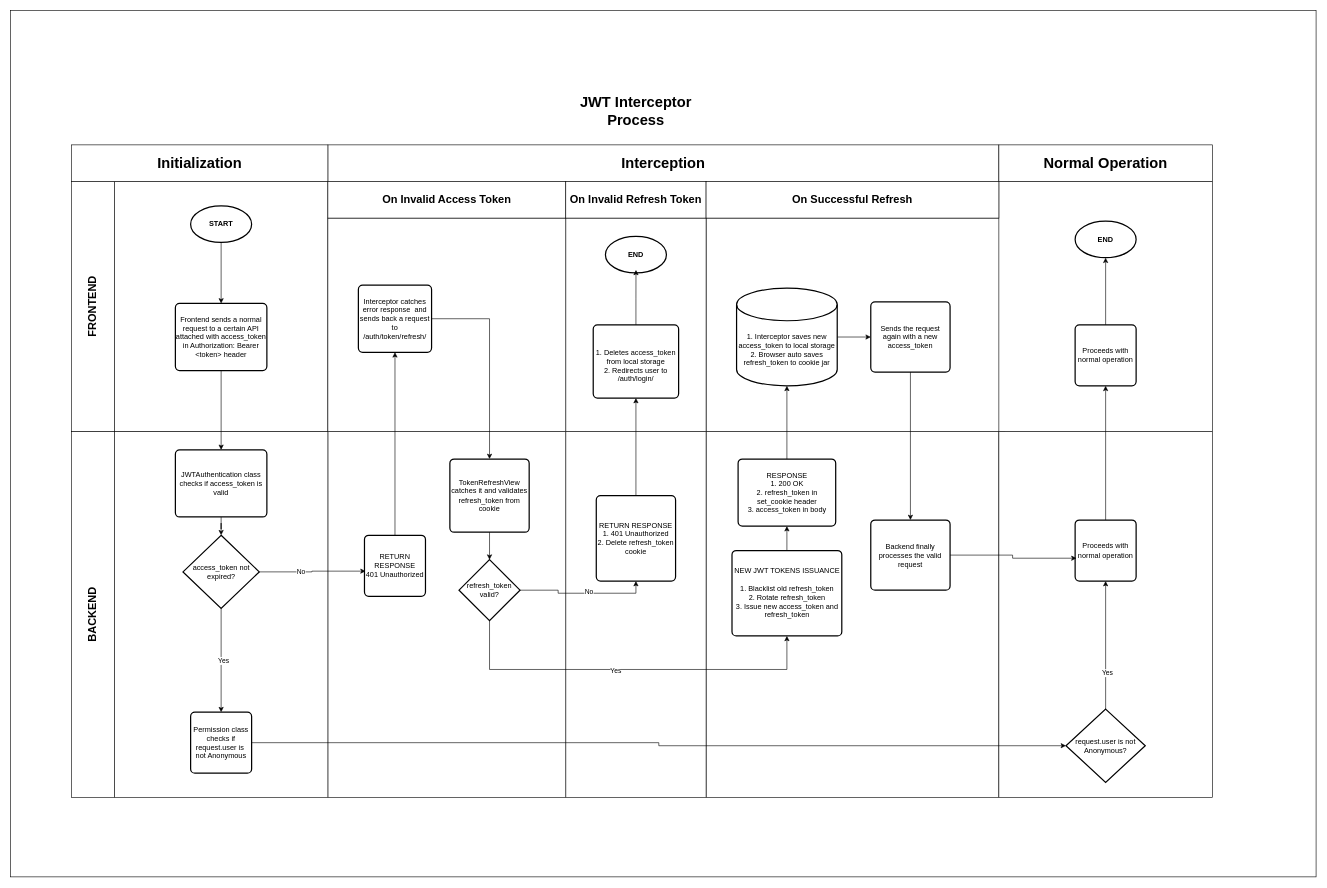
RHILIUS/drawio keeps this draw.io diagram as page "auth_jwt-interceptor-process" (4 of 4) of E-Commerce API Business Process.drawio. Above is the earlier version. Source tidied: cells renumbered, new cells numbered last; positions are measured from the earlier drawing's top-left corner, leaving out a move shared by most shapes. Both pictures are drawn from the tidied source at 61%, with x=0, y=0 at pixel (10, 10).
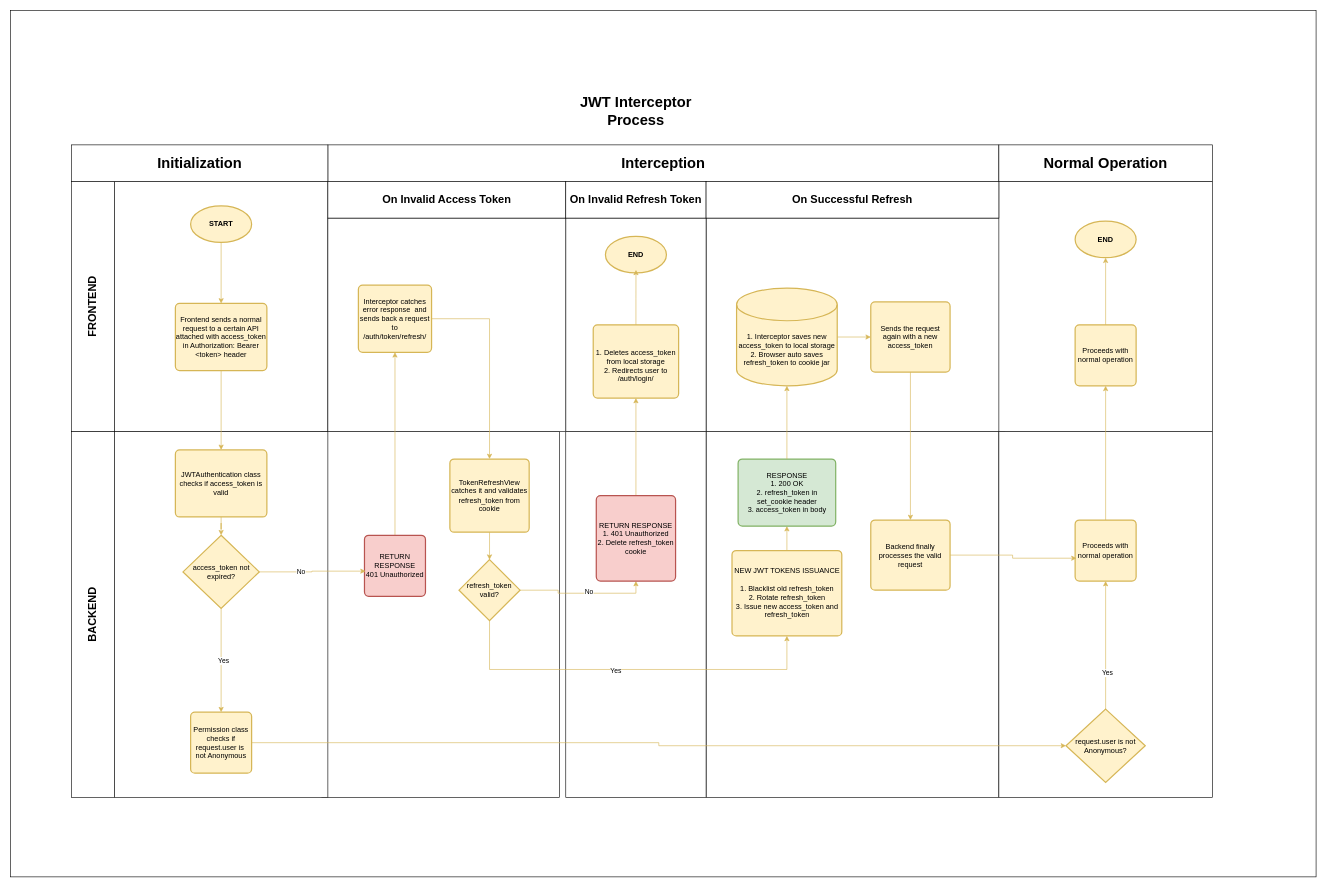
The same page after the edit.

Diff of the diagram source:
```diff
@@
     <mxCell id="9" style="rounded=0;whiteSpace=wrap;html=1;" parent="1" vertex="1">
-      <mxGeometry x="520" y="690" width="390" height="600" as="geometry" />
+      <mxGeometry x="510" y="690" width="390" height="600" as="geometry" />
     </mxCell>
@@
-    <mxCell id="15" style="edgeStyle=orthogonalEdgeStyle;rounded=0;jettySize=auto;html=1;entryX=0.5;entryY=0;entryDx=0;entryDy=0;" parent="1" edge="1" source="16" target="18">
+    <mxCell id="15" style="edgeStyle=orthogonalEdgeStyle;rounded=0;jettySize=auto;html=1;entryX=0.5;entryY=0;entryDx=0;entryDy=0;fillColor=#fff2cc;strokeColor=#d6b656;" parent="1" edge="1" source="16" target="18">
       <mxGeometry relative="1" as="geometry" />
     </mxCell>
-    <mxCell id="16" value="&lt;b&gt;START&lt;/b&gt;" style="strokeWidth=2;html=1;shape=mxgraph.flowchart.start_1;whiteSpace=wrap;" parent="1" vertex="1">
+    <mxCell id="16" value="&lt;b&gt;START&lt;/b&gt;" style="strokeWidth=2;html=1;shape=mxgraph.flowchart.start_1;whiteSpace=wrap;fillColor=#fff2cc;strokeColor=#d6b656;" parent="1" vertex="1">
       <mxGeometry x="295" y="320" width="100" height="60" as="geometry" />
     </mxCell>
-    <mxCell id="17" style="edgeStyle=orthogonalEdgeStyle;rounded=0;jettySize=auto;html=1;" parent="1" edge="1" source="18" target="19">
+    <mxCell id="17" style="edgeStyle=orthogonalEdgeStyle;rounded=0;jettySize=auto;html=1;fillColor=#fff2cc;strokeColor=#d6b656;" parent="1" edge="1" source="18" target="19">
       <mxGeometry relative="1" as="geometry" />
     </mxCell>
-    <mxCell id="18" value="Frontend sends a normal request to a certain API attached with access_token in Authorization: Bearer &amp;lt;token&amp;gt; header" style="rounded=1;whiteSpace=wrap;html=1;absoluteArcSize=1;arcSize=14;strokeWidth=2;" parent="1" vertex="1">
+    <mxCell id="18" value="Frontend sends a normal request to a certain API attached with access_token in Authorization: Bearer &amp;lt;token&amp;gt; header" style="rounded=1;whiteSpace=wrap;html=1;absoluteArcSize=1;arcSize=14;strokeWidth=2;fillColor=#fff2cc;strokeColor=#d6b656;" parent="1" vertex="1">
       <mxGeometry x="270" y="480" width="150" height="110" as="geometry" />
     </mxCell>
-    <mxCell id="19" value="JWTAuthentication class checks if access_token is valid" style="rounded=1;whiteSpace=wrap;html=1;absoluteArcSize=1;arcSize=14;strokeWidth=2;" parent="1" vertex="1">
+    <mxCell id="19" value="JWTAuthentication class checks if access_token is valid" style="rounded=1;whiteSpace=wrap;html=1;absoluteArcSize=1;arcSize=14;strokeWidth=2;fillColor=#fff2cc;strokeColor=#d6b656;" parent="1" vertex="1">
       <mxGeometry x="270" y="720" width="150" height="110" as="geometry" />
     </mxCell>
-    <mxCell id="20" style="edgeStyle=orthogonalEdgeStyle;rounded=0;jettySize=auto;html=1;entryX=0.5;entryY=0;entryDx=0;entryDy=0;" parent="1" edge="1" source="22" target="29">
+    <mxCell id="20" style="edgeStyle=orthogonalEdgeStyle;rounded=0;jettySize=auto;html=1;entryX=0.5;entryY=0;entryDx=0;entryDy=0;fillColor=#fff2cc;strokeColor=#d6b656;" parent="1" edge="1" source="22" target="29">
       <mxGeometry relative="1" as="geometry" />
     </mxCell>
@@
-    <mxCell id="22" value="access_token not expired?" style="strokeWidth=2;html=1;shape=mxgraph.flowchart.decision;whiteSpace=wrap;" parent="1" vertex="1">
+    <mxCell id="22" value="access_token not expired?" style="strokeWidth=2;html=1;shape=mxgraph.flowchart.decision;whiteSpace=wrap;fillColor=#fff2cc;strokeColor=#d6b656;" parent="1" vertex="1">
       <mxGeometry x="282.5" y="860" width="125" height="120" as="geometry" />
     </mxCell>
@@
-    <mxCell id="24" style="edgeStyle=orthogonalEdgeStyle;rounded=0;jettySize=auto;html=1;" parent="1" edge="1" source="25" target="27">
+    <mxCell id="24" style="edgeStyle=orthogonalEdgeStyle;rounded=0;jettySize=auto;html=1;fillColor=#fff2cc;strokeColor=#d6b656;" parent="1" edge="1" source="25" target="27">
       <mxGeometry relative="1" as="geometry" />
     </mxCell>
-    <mxCell id="25" value="Proceeds with normal operation" style="rounded=1;whiteSpace=wrap;html=1;absoluteArcSize=1;arcSize=14;strokeWidth=2;" parent="1" vertex="1">
+    <mxCell id="25" value="Proceeds with normal operation" style="rounded=1;whiteSpace=wrap;html=1;absoluteArcSize=1;arcSize=14;strokeWidth=2;fillColor=#fff2cc;strokeColor=#d6b656;" parent="1" vertex="1">
       <mxGeometry x="1745" y="835" width="100" height="100" as="geometry" />
     </mxCell>
-    <mxCell id="26" value="&lt;b&gt;END&lt;/b&gt;" style="strokeWidth=2;html=1;shape=mxgraph.flowchart.start_1;whiteSpace=wrap;" parent="1" vertex="1">
+    <mxCell id="26" value="&lt;b&gt;END&lt;/b&gt;" style="strokeWidth=2;html=1;shape=mxgraph.flowchart.start_1;whiteSpace=wrap;fillColor=#fff2cc;strokeColor=#d6b656;" parent="1" vertex="1">
       <mxGeometry x="1745" y="345" width="100" height="60" as="geometry" />
     </mxCell>
-    <mxCell id="27" value="Proceeds with normal operation" style="rounded=1;whiteSpace=wrap;html=1;absoluteArcSize=1;arcSize=14;strokeWidth=2;" parent="1" vertex="1">
+    <mxCell id="27" value="Proceeds with normal operation" style="rounded=1;whiteSpace=wrap;html=1;absoluteArcSize=1;arcSize=14;strokeWidth=2;fillColor=#fff2cc;strokeColor=#d6b656;" parent="1" vertex="1">
       <mxGeometry x="1745" y="515" width="100" height="100" as="geometry" />
     </mxCell>
-    <mxCell id="28" style="edgeStyle=orthogonalEdgeStyle;rounded=0;jettySize=auto;html=1;entryX=0.5;entryY=1;entryDx=0;entryDy=0;entryPerimeter=0;" parent="1" edge="1" source="27" target="26">
+    <mxCell id="28" style="edgeStyle=orthogonalEdgeStyle;rounded=0;jettySize=auto;html=1;entryX=0.5;entryY=1;entryDx=0;entryDy=0;entryPerimeter=0;fillColor=#fff2cc;strokeColor=#d6b656;" parent="1" edge="1" source="27" target="26">
       <mxGeometry relative="1" as="geometry" />
     </mxCell>
-    <mxCell id="29" value="Permission class checks if request.user is&amp;nbsp; not Anonymous" style="rounded=1;whiteSpace=wrap;html=1;absoluteArcSize=1;arcSize=14;strokeWidth=2;" parent="1" vertex="1">
+    <mxCell id="29" value="Permission class checks if request.user is&amp;nbsp; not Anonymous" style="rounded=1;whiteSpace=wrap;html=1;absoluteArcSize=1;arcSize=14;strokeWidth=2;fillColor=#fff2cc;strokeColor=#d6b656;" parent="1" vertex="1">
       <mxGeometry x="295" y="1150" width="100" height="100" as="geometry" />
     </mxCell>
-    <mxCell id="30" style="edgeStyle=orthogonalEdgeStyle;rounded=0;jettySize=auto;html=1;entryX=0.5;entryY=0;entryDx=0;entryDy=0;entryPerimeter=0;" parent="1" edge="1" source="19" target="22">
+    <mxCell id="30" style="edgeStyle=orthogonalEdgeStyle;rounded=0;jettySize=auto;html=1;entryX=0.5;entryY=0;entryDx=0;entryDy=0;entryPerimeter=0;fillColor=#fff2cc;strokeColor=#d6b656;" parent="1" edge="1" source="19" target="22">
       <mxGeometry relative="1" as="geometry" />
     </mxCell>
-    <mxCell id="31" value="request.user is not Anonymous?" style="strokeWidth=2;html=1;shape=mxgraph.flowchart.decision;whiteSpace=wrap;" parent="1" vertex="1">
+    <mxCell id="31" value="request.user is not Anonymous?" style="strokeWidth=2;html=1;shape=mxgraph.flowchart.decision;whiteSpace=wrap;fillColor=#fff2cc;strokeColor=#d6b656;" parent="1" vertex="1">
       <mxGeometry x="1730" y="1145" width="130" height="120" as="geometry" />
     </mxCell>
-    <mxCell id="32" style="edgeStyle=orthogonalEdgeStyle;rounded=0;jettySize=auto;html=1;entryX=0;entryY=0.5;entryDx=0;entryDy=0;entryPerimeter=0;" parent="1" edge="1" source="29" target="31">
+    <mxCell id="32" style="edgeStyle=orthogonalEdgeStyle;rounded=0;jettySize=auto;html=1;entryX=0;entryY=0.5;entryDx=0;entryDy=0;entryPerimeter=0;fillColor=#fff2cc;strokeColor=#d6b656;" parent="1" edge="1" source="29" target="31">
       <mxGeometry relative="1" as="geometry" />
     </mxCell>
-    <mxCell id="33" style="edgeStyle=orthogonalEdgeStyle;rounded=0;jettySize=auto;html=1;entryX=0.5;entryY=1;entryDx=0;entryDy=0;" parent="1" edge="1" source="31" target="25">
+    <mxCell id="33" style="edgeStyle=orthogonalEdgeStyle;rounded=0;jettySize=auto;html=1;entryX=0.5;entryY=1;entryDx=0;entryDy=0;fillColor=#fff2cc;strokeColor=#d6b656;" parent="1" edge="1" source="31" target="25">
       <mxGeometry relative="1" as="geometry" />
     </mxCell>
@@
-    <mxCell id="35" style="edgeStyle=orthogonalEdgeStyle;rounded=0;jettySize=auto;html=1;entryX=0.5;entryY=1;entryDx=0;entryDy=0;" parent="1" edge="1" source="36" target="40">
+    <mxCell id="35" style="edgeStyle=orthogonalEdgeStyle;rounded=0;jettySize=auto;html=1;entryX=0.5;entryY=1;entryDx=0;entryDy=0;fillColor=#fff2cc;strokeColor=#d6b656;" parent="1" edge="1" source="36" target="40">
       <mxGeometry relative="1" as="geometry" />
     </mxCell>
-    <mxCell id="36" value="RETURN RESPONSE&lt;div&gt;401 Unauthorized&lt;/div&gt;" style="rounded=1;whiteSpace=wrap;html=1;absoluteArcSize=1;arcSize=14;strokeWidth=2;" parent="1" vertex="1">
+    <mxCell id="36" value="RETURN RESPONSE&lt;div&gt;401 Unauthorized&lt;/div&gt;" style="rounded=1;whiteSpace=wrap;html=1;absoluteArcSize=1;arcSize=14;strokeWidth=2;fillColor=#f8cecc;strokeColor=#b85450;" parent="1" vertex="1">
       <mxGeometry x="580" y="860" width="100" height="100" as="geometry" />
     </mxCell>
-    <mxCell id="37" style="edgeStyle=orthogonalEdgeStyle;rounded=0;jettySize=auto;html=1;entryX=0.018;entryY=0.588;entryDx=0;entryDy=0;entryPerimeter=0;" parent="1" edge="1" source="22" target="36">
+    <mxCell id="37" style="edgeStyle=orthogonalEdgeStyle;rounded=0;jettySize=auto;html=1;entryX=0.018;entryY=0.588;entryDx=0;entryDy=0;entryPerimeter=0;fillColor=#fff2cc;strokeColor=#d6b656;" parent="1" edge="1" source="22" target="36">
       <mxGeometry relative="1" as="geometry" />
     </mxCell>
@@
-    <mxCell id="39" style="edgeStyle=orthogonalEdgeStyle;rounded=0;jettySize=auto;html=1;entryX=0.5;entryY=0;entryDx=0;entryDy=0;" parent="1" edge="1" source="40" target="41">
+    <mxCell id="39" style="edgeStyle=orthogonalEdgeStyle;rounded=0;jettySize=auto;html=1;entryX=0.5;entryY=0;entryDx=0;entryDy=0;fillColor=#fff2cc;strokeColor=#d6b656;" parent="1" edge="1" source="40" target="41">
       <mxGeometry relative="1" as="geometry" />
     </mxCell>
-    <mxCell id="40" value="Interceptor catches error response&amp;nbsp; and sends back a request to&lt;br&gt;/auth/token/refresh/" style="rounded=1;whiteSpace=wrap;html=1;absoluteArcSize=1;arcSize=14;strokeWidth=2;" parent="1" vertex="1">
+    <mxCell id="40" value="Interceptor catches error response&amp;nbsp; and sends back a request to&lt;br&gt;/auth/token/refresh/" style="rounded=1;whiteSpace=wrap;html=1;absoluteArcSize=1;arcSize=14;strokeWidth=2;fillColor=#fff2cc;strokeColor=#d6b656;" parent="1" vertex="1">
       <mxGeometry x="570" y="450" width="120" height="110" as="geometry" />
     </mxCell>
-    <mxCell id="41" value="TokenRefreshView catches it and validates refresh_token from cookie" style="rounded=1;whiteSpace=wrap;html=1;absoluteArcSize=1;arcSize=14;strokeWidth=2;" parent="1" vertex="1">
+    <mxCell id="41" value="TokenRefreshView catches it and validates refresh_token from cookie" style="rounded=1;whiteSpace=wrap;html=1;absoluteArcSize=1;arcSize=14;strokeWidth=2;fillColor=#fff2cc;strokeColor=#d6b656;" parent="1" vertex="1">
       <mxGeometry x="720" y="735" width="130" height="120" as="geometry" />
     </mxCell>
-    <mxCell id="42" style="edgeStyle=orthogonalEdgeStyle;rounded=0;jettySize=auto;html=1;exitX=0.5;exitY=1;exitDx=0;exitDy=0;exitPerimeter=0;entryX=0.5;entryY=1;entryDx=0;entryDy=0;" parent="1" edge="1" source="44" target="58">
+    <mxCell id="42" style="edgeStyle=orthogonalEdgeStyle;rounded=0;jettySize=auto;html=1;exitX=0.5;exitY=1;exitDx=0;exitDy=0;exitPerimeter=0;entryX=0.5;entryY=1;entryDx=0;entryDy=0;fillColor=#fff2cc;strokeColor=#d6b656;" parent="1" edge="1" source="44" target="58">
       <mxGeometry relative="1" as="geometry">
         <Array as="points">
           <mxPoint x="785" y="1080" />
           <mxPoint x="1273" y="1080" />
         </Array>
       </mxGeometry>
     </mxCell>
@@
-    <mxCell id="44" value="refresh_token valid?" style="strokeWidth=2;html=1;shape=mxgraph.flowchart.decision;whiteSpace=wrap;" parent="1" vertex="1">
+    <mxCell id="44" value="refresh_token valid?" style="strokeWidth=2;html=1;shape=mxgraph.flowchart.decision;whiteSpace=wrap;fillColor=#fff2cc;strokeColor=#d6b656;" parent="1" vertex="1">
       <mxGeometry x="735" y="900" width="100" height="100" as="geometry" />
     </mxCell>
-    <mxCell id="45" style="edgeStyle=orthogonalEdgeStyle;rounded=0;jettySize=auto;html=1;entryX=0.5;entryY=0;entryDx=0;entryDy=0;entryPerimeter=0;" parent="1" edge="1" source="41" target="44">
+    <mxCell id="45" style="edgeStyle=orthogonalEdgeStyle;rounded=0;jettySize=auto;html=1;entryX=0.5;entryY=0;entryDx=0;entryDy=0;entryPerimeter=0;fillColor=#fff2cc;strokeColor=#d6b656;" parent="1" edge="1" source="41" target="44">
       <mxGeometry relative="1" as="geometry" />
     </mxCell>
@@
-    <mxCell id="47" style="edgeStyle=orthogonalEdgeStyle;rounded=0;jettySize=auto;html=1;entryX=0.5;entryY=1;entryDx=0;entryDy=0;" parent="1" edge="1" source="44" target="53">
+    <mxCell id="47" style="edgeStyle=orthogonalEdgeStyle;rounded=0;jettySize=auto;html=1;entryX=0.5;entryY=1;entryDx=0;entryDy=0;fillColor=#fff2cc;strokeColor=#d6b656;" parent="1" edge="1" source="44" target="53">
       <mxGeometry relative="1" as="geometry" />
     </mxCell>
@@
-    <mxCell id="52" style="edgeStyle=orthogonalEdgeStyle;rounded=0;jettySize=auto;html=1;entryX=0.5;entryY=1;entryDx=0;entryDy=0;" parent="1" edge="1" source="53" target="54">
+    <mxCell id="52" style="edgeStyle=orthogonalEdgeStyle;rounded=0;jettySize=auto;html=1;entryX=0.5;entryY=1;entryDx=0;entryDy=0;fillColor=#fff2cc;strokeColor=#d6b656;" parent="1" edge="1" source="53" target="54">
       <mxGeometry relative="1" as="geometry" />
     </mxCell>
-    <mxCell id="53" value="RETURN RESPONSE&lt;div&gt;1. 401 Unauthorized&lt;br&gt;2. Delete refresh_token cookie&lt;br&gt;&lt;/div&gt;" style="rounded=1;whiteSpace=wrap;html=1;absoluteArcSize=1;arcSize=14;strokeWidth=2;" parent="1" vertex="1">
+    <mxCell id="53" value="RETURN RESPONSE&lt;div&gt;1. 401 Unauthorized&lt;br&gt;2. Delete refresh_token cookie&lt;br&gt;&lt;/div&gt;" style="rounded=1;whiteSpace=wrap;html=1;absoluteArcSize=1;arcSize=14;strokeWidth=2;fillColor=#f8cecc;strokeColor=#b85450;" parent="1" vertex="1">
       <mxGeometry x="960" y="795" width="130" height="140" as="geometry" />
     </mxCell>
-    <mxCell id="54" value="&lt;br&gt;1. Deletes access_token from local storage&lt;br&gt;2. Redirects user to /auth/login/" style="rounded=1;whiteSpace=wrap;html=1;absoluteArcSize=1;arcSize=14;strokeWidth=2;" parent="1" vertex="1">
+    <mxCell id="54" value="&lt;br&gt;1. Deletes access_token from local storage&lt;br&gt;2. Redirects user to /auth/login/" style="rounded=1;whiteSpace=wrap;html=1;absoluteArcSize=1;arcSize=14;strokeWidth=2;fillColor=#fff2cc;strokeColor=#d6b656;" parent="1" vertex="1">
       <mxGeometry x="955" y="515" width="140" height="120" as="geometry" />
     </mxCell>
-    <mxCell id="55" value="&lt;b&gt;END&lt;/b&gt;" style="strokeWidth=2;html=1;shape=mxgraph.flowchart.start_1;whiteSpace=wrap;" parent="1" vertex="1">
+    <mxCell id="55" value="&lt;b&gt;END&lt;/b&gt;" style="strokeWidth=2;html=1;shape=mxgraph.flowchart.start_1;whiteSpace=wrap;fillColor=#fff2cc;strokeColor=#d6b656;" parent="1" vertex="1">
       <mxGeometry x="975" y="370" width="100" height="60" as="geometry" />
     </mxCell>
-    <mxCell id="56" style="edgeStyle=orthogonalEdgeStyle;rounded=0;jettySize=auto;html=1;entryX=0.501;entryY=0.917;entryDx=0;entryDy=0;entryPerimeter=0;" parent="1" edge="1" source="54" target="55">
+    <mxCell id="56" style="edgeStyle=orthogonalEdgeStyle;rounded=0;jettySize=auto;html=1;entryX=0.501;entryY=0.917;entryDx=0;entryDy=0;entryPerimeter=0;fillColor=#fff2cc;strokeColor=#d6b656;" parent="1" edge="1" source="54" target="55">
       <mxGeometry relative="1" as="geometry" />
     </mxCell>
-    <mxCell id="57" style="edgeStyle=orthogonalEdgeStyle;rounded=0;jettySize=auto;html=1;entryX=0.5;entryY=1;entryDx=0;entryDy=0;" parent="1" edge="1" source="58" target="59">
+    <mxCell id="57" style="edgeStyle=orthogonalEdgeStyle;rounded=0;jettySize=auto;html=1;entryX=0.5;entryY=1;entryDx=0;entryDy=0;fillColor=#fff2cc;strokeColor=#d6b656;" parent="1" edge="1" source="58" target="59">
       <mxGeometry relative="1" as="geometry" />
     </mxCell>
-    <mxCell id="58" value="NEW JWT TOKENS ISSUANCE&lt;br&gt;&lt;br&gt;1. Blacklist old refresh_token&lt;br&gt;2. Rotate refresh_token&lt;div&gt;3.&amp;nbsp;&lt;span style=&quot;background-color: transparent; color: light-dark(rgb(0, 0, 0), rgb(255, 255, 255));&quot;&gt;Issue new access_token and refresh_token&lt;/span&gt;&lt;/div&gt;" style="rounded=1;whiteSpace=wrap;html=1;absoluteArcSize=1;arcSize=14;strokeWidth=2;" parent="1" vertex="1">
+    <mxCell id="58" value="NEW JWT TOKENS ISSUANCE&lt;br&gt;&lt;br&gt;1. Blacklist old refresh_token&lt;br&gt;2. Rotate refresh_token&lt;div&gt;3.&amp;nbsp;&lt;span style=&quot;background-color: transparent; color: light-dark(rgb(0, 0, 0), rgb(255, 255, 255));&quot;&gt;Issue new access_token and refresh_token&lt;/span&gt;&lt;/div&gt;" style="rounded=1;whiteSpace=wrap;html=1;absoluteArcSize=1;arcSize=14;strokeWidth=2;fillColor=#fff2cc;strokeColor=#d6b656;" parent="1" vertex="1">
       <mxGeometry x="1182.5" y="885" width="180" height="140" as="geometry" />
     </mxCell>
-    <mxCell id="59" value="RESPONSE&lt;div&gt;1. 200 OK&lt;/div&gt;&lt;div&gt;2. refresh_token in set_cookie header&lt;br&gt;3. access_token in body&lt;/div&gt;" style="rounded=1;whiteSpace=wrap;html=1;absoluteArcSize=1;arcSize=14;strokeWidth=2;" parent="1" vertex="1">
+    <mxCell id="59" value="RESPONSE&lt;div&gt;1. 200 OK&lt;/div&gt;&lt;div&gt;2. refresh_token in set_cookie header&lt;br&gt;3. access_token in body&lt;/div&gt;" style="rounded=1;whiteSpace=wrap;html=1;absoluteArcSize=1;arcSize=14;strokeWidth=2;fillColor=#d5e8d4;strokeColor=#82b366;" parent="1" vertex="1">
       <mxGeometry x="1192.5" y="735" width="160" height="110" as="geometry" />
     </mxCell>
-    <mxCell id="60" style="edgeStyle=orthogonalEdgeStyle;rounded=0;jettySize=auto;html=1;entryX=0;entryY=0.5;entryDx=0;entryDy=0;" parent="1" edge="1" source="61" target="64">
+    <mxCell id="60" style="edgeStyle=orthogonalEdgeStyle;rounded=0;jettySize=auto;html=1;entryX=0;entryY=0.5;entryDx=0;entryDy=0;fillColor=#fff2cc;strokeColor=#d6b656;" parent="1" edge="1" source="61" target="64">
       <mxGeometry relative="1" as="geometry" />
     </mxCell>
-    <mxCell id="61" value="&lt;div&gt;&lt;br&gt;&lt;/div&gt;&lt;div&gt;&lt;br&gt;&lt;/div&gt;&lt;div&gt;&lt;br&gt;&lt;/div&gt;&lt;div&gt;&lt;br&gt;&lt;/div&gt;&lt;div&gt;&lt;br&gt;&lt;/div&gt;1. Interceptor saves new access_token to local storage&lt;div&gt;2. Browser auto saves refresh_token to cookie jar&lt;br&gt;&lt;br&gt;&lt;br&gt;&lt;/div&gt;" style="strokeWidth=2;html=1;shape=mxgraph.flowchart.database;whiteSpace=wrap;" parent="1" vertex="1">
+    <mxCell id="61" value="&lt;div&gt;&lt;br&gt;&lt;/div&gt;&lt;div&gt;&lt;br&gt;&lt;/div&gt;&lt;div&gt;&lt;br&gt;&lt;/div&gt;&lt;div&gt;&lt;br&gt;&lt;/div&gt;&lt;div&gt;&lt;br&gt;&lt;/div&gt;1. Interceptor saves new access_token to local storage&lt;div&gt;2. Browser auto saves refresh_token to cookie jar&lt;br&gt;&lt;br&gt;&lt;br&gt;&lt;/div&gt;" style="strokeWidth=2;html=1;shape=mxgraph.flowchart.database;whiteSpace=wrap;fillColor=#fff2cc;strokeColor=#d6b656;" parent="1" vertex="1">
       <mxGeometry x="1190" y="455" width="165" height="160" as="geometry" />
     </mxCell>
-    <mxCell id="62" style="edgeStyle=orthogonalEdgeStyle;rounded=0;jettySize=auto;html=1;entryX=0.5;entryY=1;entryDx=0;entryDy=0;entryPerimeter=0;" parent="1" edge="1" source="59" target="61">
+    <mxCell id="62" style="edgeStyle=orthogonalEdgeStyle;rounded=0;jettySize=auto;html=1;entryX=0.5;entryY=1;entryDx=0;entryDy=0;entryPerimeter=0;fillColor=#fff2cc;strokeColor=#d6b656;" parent="1" edge="1" source="59" target="61">
       <mxGeometry relative="1" as="geometry" />
     </mxCell>
-    <mxCell id="63" style="edgeStyle=orthogonalEdgeStyle;rounded=0;jettySize=auto;html=1;" parent="1" edge="1" source="64" target="65">
+    <mxCell id="63" style="edgeStyle=orthogonalEdgeStyle;rounded=0;jettySize=auto;html=1;fillColor=#fff2cc;strokeColor=#d6b656;" parent="1" edge="1" source="64" target="65">
       <mxGeometry relative="1" as="geometry" />
     </mxCell>
-    <mxCell id="64" value="Sends the request again with a new access_token" style="rounded=1;whiteSpace=wrap;html=1;absoluteArcSize=1;arcSize=14;strokeWidth=2;" parent="1" vertex="1">
+    <mxCell id="64" value="Sends the request again with a new access_token" style="rounded=1;whiteSpace=wrap;html=1;absoluteArcSize=1;arcSize=14;strokeWidth=2;fillColor=#fff2cc;strokeColor=#d6b656;" parent="1" vertex="1">
       <mxGeometry x="1410" y="477.5" width="130" height="115" as="geometry" />
     </mxCell>
-    <mxCell id="65" value="Backend finally processes the valid request" style="rounded=1;whiteSpace=wrap;html=1;absoluteArcSize=1;arcSize=14;strokeWidth=2;" parent="1" vertex="1">
+    <mxCell id="65" value="Backend finally processes the valid request" style="rounded=1;whiteSpace=wrap;html=1;absoluteArcSize=1;arcSize=14;strokeWidth=2;fillColor=#fff2cc;strokeColor=#d6b656;" parent="1" vertex="1">
       <mxGeometry x="1410" y="835" width="130" height="115" as="geometry" />
     </mxCell>
-    <mxCell id="66" style="edgeStyle=orthogonalEdgeStyle;rounded=0;jettySize=auto;html=1;entryX=0.022;entryY=0.626;entryDx=0;entryDy=0;entryPerimeter=0;" parent="1" edge="1" source="65" target="25">
+    <mxCell id="66" style="edgeStyle=orthogonalEdgeStyle;rounded=0;jettySize=auto;html=1;entryX=0.022;entryY=0.626;entryDx=0;entryDy=0;entryPerimeter=0;fillColor=#fff2cc;strokeColor=#d6b656;" parent="1" edge="1" source="65" target="25">
       <mxGeometry relative="1" as="geometry" />
     </mxCell>
```
